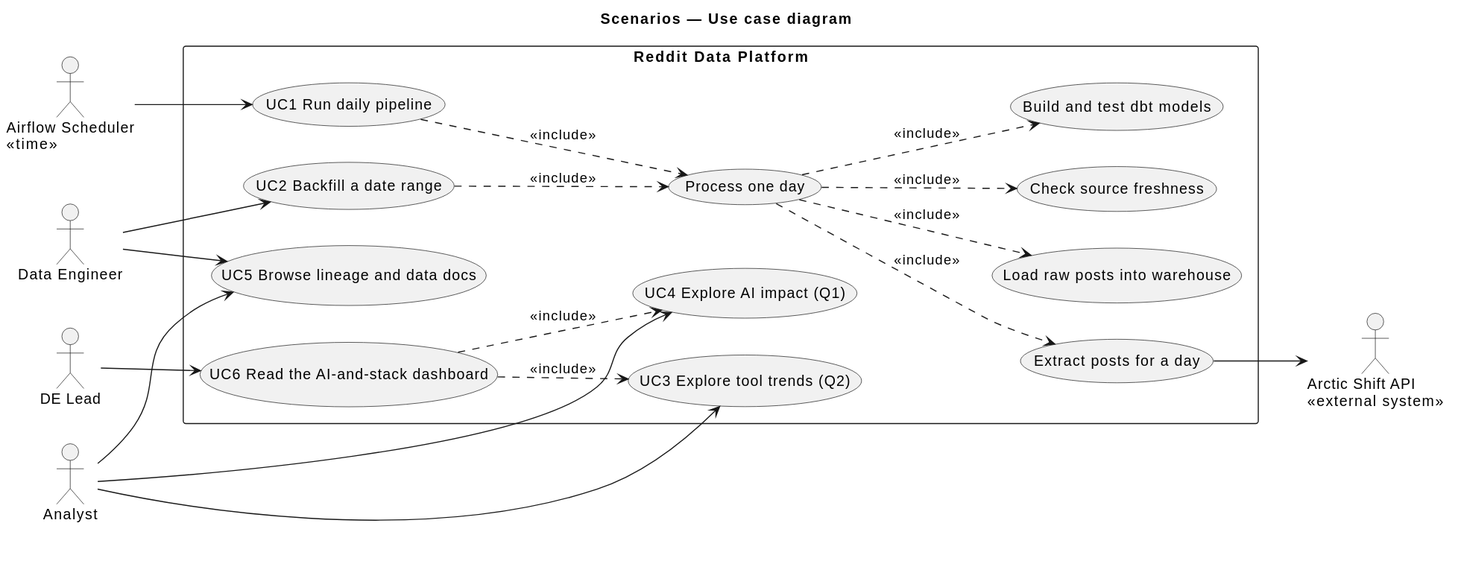
Earlier version of the PlantUML export docs/architecture/diagrams/use-case.svg (modsomjeed/reddit-dataeng).
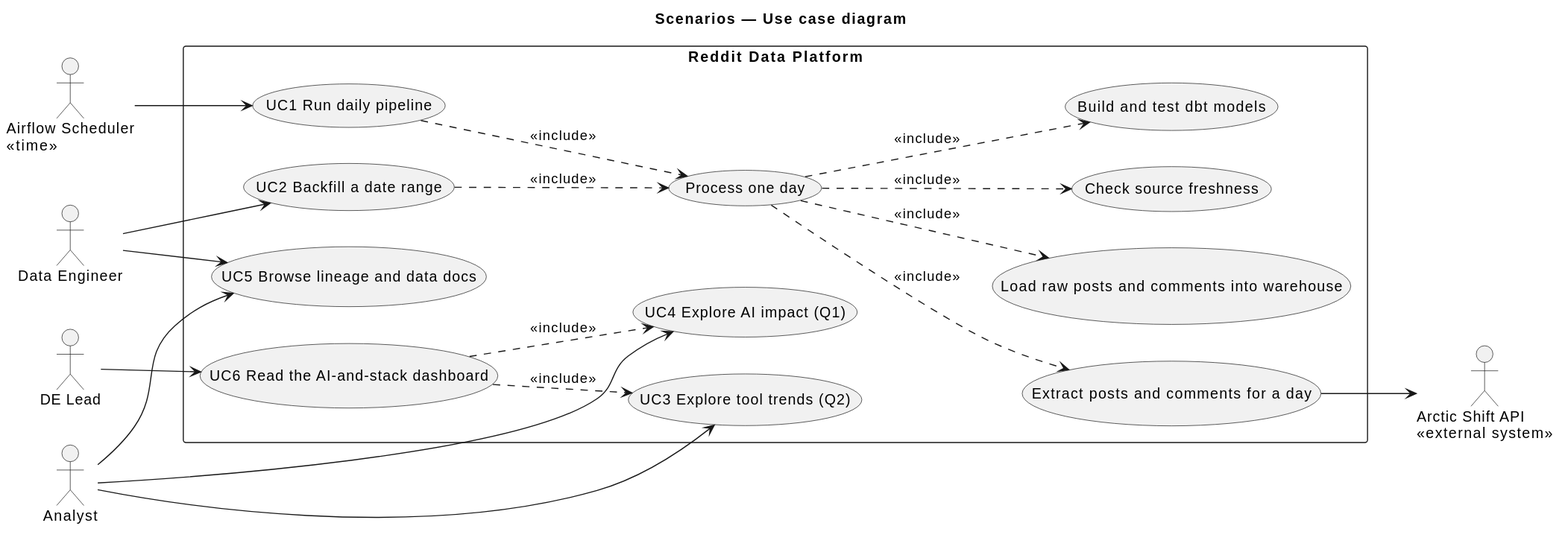
After the change.

Diff of the diagram source:
```diff
@@ -14,8 +14,8 @@
   usecase "UC1 Run daily pipeline" as uc1
   usecase "UC2 Backfill a date range" as uc2
   usecase "Process one day" as ucDay
-  usecase "Extract posts for a day" as ucExtract
-  usecase "Load raw posts into warehouse" as ucLoad
+  usecase "Extract posts and comments for a day" as ucExtract
+  usecase "Load raw posts and comments into warehouse" as ucLoad
   usecase "Check source freshness" as ucFresh
   usecase "Build and test dbt models" as ucBuild
   usecase "UC3 Explore tool trends (Q2)" as uc3
```
